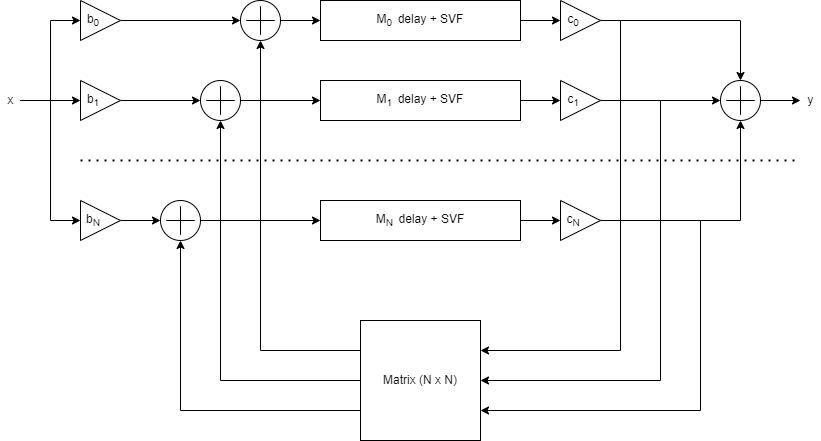
Before: images/FDN.png, a diagram exported from draw.io (VoggLyster/Reverberator). Source tidied: cells renumbered, new cells last; positions are measured from the earlier drawing's top-left corner, leaving out a move shared by most shapes. The source it was exported from:
```xml
<mxGraphModel math="1">
  <root>
    <mxCell id="0" />
    <mxCell id="1" parent="0" />
    <mxCell id="2" style="edgeStyle=orthogonalEdgeStyle;rounded=0;jettySize=auto;html=1;fontFamily=Helvetica;fontSize=12;fontColor=default;" parent="1" edge="1" source="3" target="11">
      <mxGeometry relative="1" as="geometry" />
    </mxCell>
    <mxCell id="3" value="b&lt;sub&gt;1&amp;nbsp; &amp;nbsp; &amp;nbsp;&lt;/sub&gt;" style="triangle;whiteSpace=wrap;html=1;" parent="1" vertex="1">
      <mxGeometry x="80" y="80" width="40" height="40" as="geometry" />
    </mxCell>
    <mxCell id="4" style="edgeStyle=orthogonalEdgeStyle;rounded=0;jettySize=auto;html=1;exitX=1;exitY=0.5;exitDx=0;exitDy=0;entryX=0;entryY=0.5;entryDx=0;entryDy=0;entryPerimeter=0;fontFamily=Helvetica;fontSize=12;fontColor=default;" parent="1" edge="1" source="5" target="9">
      <mxGeometry relative="1" as="geometry" />
    </mxCell>
    <mxCell id="5" value="b&lt;sub&gt;0&amp;nbsp; &amp;nbsp; &amp;nbsp;&lt;/sub&gt;" style="triangle;whiteSpace=wrap;html=1;" parent="1" vertex="1">
      <mxGeometry x="80" width="40" height="40" as="geometry" />
    </mxCell>
    <mxCell id="6" style="edgeStyle=orthogonalEdgeStyle;rounded=0;jettySize=auto;html=1;fontFamily=Helvetica;fontSize=12;fontColor=default;" parent="1" edge="1" source="7" target="13">
      <mxGeometry relative="1" as="geometry" />
    </mxCell>
    <mxCell id="7" value="b&lt;sub&gt;N&amp;nbsp; &amp;nbsp; &amp;nbsp;&lt;/sub&gt;" style="triangle;whiteSpace=wrap;html=1;" parent="1" vertex="1">
      <mxGeometry x="80" y="200" width="40" height="40" as="geometry" />
    </mxCell>
    <mxCell id="8" style="edgeStyle=orthogonalEdgeStyle;rounded=0;jettySize=auto;html=1;fontFamily=Helvetica;fontSize=12;fontColor=default;" parent="1" edge="1" source="9" target="15">
      <mxGeometry relative="1" as="geometry" />
    </mxCell>
    <mxCell id="9" style="verticalLabelPosition=bottom;verticalAlign=top;html=1;shape=(stored shape, 428 characters);" parent="1" vertex="1">
      <mxGeometry x="240" width="40" height="40" as="geometry" />
    </mxCell>
    <mxCell id="10" style="edgeStyle=orthogonalEdgeStyle;rounded=0;jettySize=auto;html=1;fontFamily=Helvetica;fontSize=12;fontColor=default;" parent="1" edge="1" source="11" target="17">
      <mxGeometry relative="1" as="geometry" />
    </mxCell>
    <mxCell id="11" style="verticalLabelPosition=bottom;verticalAlign=top;html=1;shape=(stored shape, 428 characters);" parent="1" vertex="1">
      <mxGeometry x="200" y="80" width="40" height="40" as="geometry" />
    </mxCell>
    <mxCell id="12" style="edgeStyle=orthogonalEdgeStyle;rounded=0;jettySize=auto;html=1;exitX=1;exitY=0.5;exitDx=0;exitDy=0;exitPerimeter=0;entryX=0;entryY=0.5;entryDx=0;entryDy=0;fontFamily=Helvetica;fontSize=12;fontColor=default;" parent="1" edge="1" source="13" target="19">
      <mxGeometry relative="1" as="geometry" />
    </mxCell>
    <mxCell id="13" style="verticalLabelPosition=bottom;verticalAlign=top;html=1;shape=(stored shape, 428 characters);" parent="1" vertex="1">
      <mxGeometry x="160" y="200" width="40" height="40" as="geometry" />
    </mxCell>
    <mxCell id="14" style="edgeStyle=orthogonalEdgeStyle;rounded=0;jettySize=auto;html=1;exitX=1;exitY=0.5;exitDx=0;exitDy=0;entryX=0;entryY=0.5;entryDx=0;entryDy=0;fontFamily=Helvetica;fontSize=12;fontColor=default;" parent="1" edge="1" source="15" target="32">
      <mxGeometry relative="1" as="geometry" />
    </mxCell>
    <mxCell id="15" value="M&lt;sub&gt;0&amp;nbsp;&amp;nbsp;&lt;/sub&gt;delay + SVF" style="rounded=0;whiteSpace=wrap;html=1;fontFamily=Helvetica;fontSize=12;fontColor=default;strokeColor=default;fillColor=default;" parent="1" vertex="1">
      <mxGeometry x="320" width="200" height="40" as="geometry" />
    </mxCell>
    <mxCell id="16" style="edgeStyle=orthogonalEdgeStyle;rounded=0;jettySize=auto;html=1;exitX=1;exitY=0.5;exitDx=0;exitDy=0;entryX=0;entryY=0.5;entryDx=0;entryDy=0;fontFamily=Helvetica;fontSize=12;fontColor=default;" parent="1" edge="1" source="17" target="29">
      <mxGeometry relative="1" as="geometry" />
    </mxCell>
    <mxCell id="17" value="M&lt;sub&gt;1&amp;nbsp;&amp;nbsp;&lt;/sub&gt;delay + SVF" style="rounded=0;whiteSpace=wrap;html=1;fontFamily=Helvetica;fontSize=12;fontColor=default;strokeColor=default;fillColor=default;" parent="1" vertex="1">
      <mxGeometry x="320" y="80" width="200" height="40" as="geometry" />
    </mxCell>
    <mxCell id="18" style="edgeStyle=orthogonalEdgeStyle;rounded=0;jettySize=auto;html=1;exitX=1;exitY=0.5;exitDx=0;exitDy=0;entryX=0;entryY=0.5;entryDx=0;entryDy=0;fontFamily=Helvetica;fontSize=12;fontColor=default;" parent="1" edge="1" source="19" target="35">
      <mxGeometry relative="1" as="geometry" />
    </mxCell>
    <mxCell id="19" value="M&lt;sub&gt;N&amp;nbsp;&amp;nbsp;&lt;/sub&gt;delay + SVF" style="rounded=0;whiteSpace=wrap;html=1;fontFamily=Helvetica;fontSize=12;fontColor=default;strokeColor=default;fillColor=default;" parent="1" vertex="1">
      <mxGeometry x="320" y="200" width="200" height="40" as="geometry" />
    </mxCell>
    <mxCell id="20" style="endArrow=none;dashed=1;html=1;dashPattern=1 3;strokeWidth=2;rounded=0;fontFamily=Helvetica;fontSize=12;fontColor=default;" parent="1" edge="1">
      <mxGeometry relative="1" as="geometry">
        <mxPoint x="80" y="160" as="sourcePoint" />
        <mxPoint x="800" y="160" as="targetPoint" />
      </mxGeometry>
    </mxCell>
    <mxCell id="21" style="edgeStyle=orthogonalEdgeStyle;rounded=0;jettySize=auto;html=1;exitX=0;exitY=0.25;exitDx=0;exitDy=0;entryX=0.5;entryY=1;entryDx=0;entryDy=0;entryPerimeter=0;fontFamily=Helvetica;fontSize=12;fontColor=default;" parent="1" edge="1" source="24" target="9">
      <mxGeometry relative="1" as="geometry" />
    </mxCell>
    <mxCell id="22" style="edgeStyle=orthogonalEdgeStyle;rounded=0;jettySize=auto;html=1;exitX=0;exitY=0.5;exitDx=0;exitDy=0;entryX=0.5;entryY=1;entryDx=0;entryDy=0;entryPerimeter=0;fontFamily=Helvetica;fontSize=12;fontColor=default;" parent="1" edge="1" source="24" target="11">
      <mxGeometry relative="1" as="geometry" />
    </mxCell>
    <mxCell id="23" style="edgeStyle=orthogonalEdgeStyle;rounded=0;jettySize=auto;html=1;exitX=0;exitY=0.75;exitDx=0;exitDy=0;entryX=0.5;entryY=1;entryDx=0;entryDy=0;entryPerimeter=0;fontFamily=Helvetica;fontSize=12;fontColor=default;" parent="1" edge="1" source="24" target="13">
      <mxGeometry relative="1" as="geometry" />
    </mxCell>
    <mxCell id="24" value="Matrix (N x N)" style="whiteSpace=wrap;html=1;fontFamily=Helvetica;fontSize=12;fontColor=default;strokeColor=default;fillColor=default;" parent="1" vertex="1">
      <mxGeometry x="360" y="320" width="120" height="120" as="geometry" />
    </mxCell>
    <mxCell id="25" style="edgeStyle=orthogonalEdgeStyle;rounded=0;jettySize=auto;html=1;exitX=1;exitY=0.5;exitDx=0;exitDy=0;exitPerimeter=0;fontFamily=Helvetica;fontSize=12;fontColor=default;" parent="1" edge="1" source="26">
      <mxGeometry relative="1" as="geometry">
        <mxPoint x="800" y="100" as="targetPoint" />
      </mxGeometry>
    </mxCell>
    <mxCell id="26" style="verticalLabelPosition=bottom;verticalAlign=top;html=1;shape=(stored shape, 428 characters);" parent="1" vertex="1">
      <mxGeometry x="720" y="80" width="40" height="40" as="geometry" />
    </mxCell>
    <mxCell id="27" style="edgeStyle=orthogonalEdgeStyle;rounded=0;jettySize=auto;html=1;fontFamily=Helvetica;fontSize=12;fontColor=default;" parent="1" edge="1" source="29" target="26">
      <mxGeometry relative="1" as="geometry" />
    </mxCell>
    <mxCell id="28" style="edgeStyle=orthogonalEdgeStyle;rounded=0;jettySize=auto;html=1;entryX=1;entryY=0.5;entryDx=0;entryDy=0;" parent="1" edge="1" source="29" target="24">
      <mxGeometry relative="1" as="geometry">
        <Array as="points">
          <mxPoint x="660" y="100" />
          <mxPoint x="660" y="380" />
        </Array>
      </mxGeometry>
    </mxCell>
    <mxCell id="29" value="c&lt;sub&gt;1&amp;nbsp; &amp;nbsp; &amp;nbsp;&lt;/sub&gt;" style="triangle;whiteSpace=wrap;html=1;" parent="1" vertex="1">
      <mxGeometry x="560" y="80" width="40" height="40" as="geometry" />
    </mxCell>
    <mxCell id="30" style="edgeStyle=orthogonalEdgeStyle;rounded=0;jettySize=auto;html=1;exitX=1;exitY=0.5;exitDx=0;exitDy=0;entryX=0.5;entryY=0;entryDx=0;entryDy=0;entryPerimeter=0;fontFamily=Helvetica;fontSize=12;fontColor=default;" parent="1" edge="1" source="32" target="26">
      <mxGeometry relative="1" as="geometry" />
    </mxCell>
    <mxCell id="31" style="edgeStyle=orthogonalEdgeStyle;rounded=0;jettySize=auto;html=1;entryX=1;entryY=0.25;entryDx=0;entryDy=0;" parent="1" edge="1" source="32" target="24">
      <mxGeometry relative="1" as="geometry">
        <Array as="points">
          <mxPoint x="620" y="20" />
          <mxPoint x="620" y="350" />
        </Array>
      </mxGeometry>
    </mxCell>
    <mxCell id="32" value="c&lt;sub&gt;0&amp;nbsp; &amp;nbsp; &amp;nbsp;&lt;/sub&gt;" style="triangle;whiteSpace=wrap;html=1;" parent="1" vertex="1">
      <mxGeometry x="560" width="40" height="40" as="geometry" />
    </mxCell>
    <mxCell id="33" style="edgeStyle=orthogonalEdgeStyle;rounded=0;jettySize=auto;html=1;exitX=1;exitY=0.5;exitDx=0;exitDy=0;entryX=0.5;entryY=1;entryDx=0;entryDy=0;entryPerimeter=0;fontFamily=Helvetica;fontSize=12;fontColor=default;" parent="1" edge="1" source="35" target="26">
      <mxGeometry relative="1" as="geometry" />
    </mxCell>
    <mxCell id="34" style="edgeStyle=orthogonalEdgeStyle;rounded=0;jettySize=auto;html=1;entryX=1;entryY=0.75;entryDx=0;entryDy=0;" parent="1" edge="1" source="35" target="24">
      <mxGeometry relative="1" as="geometry">
        <Array as="points">
          <mxPoint x="700" y="220" />
          <mxPoint x="700" y="410" />
        </Array>
      </mxGeometry>
    </mxCell>
    <mxCell id="35" value="c&lt;sub&gt;N&amp;nbsp; &amp;nbsp; &amp;nbsp;&lt;/sub&gt;" style="triangle;whiteSpace=wrap;html=1;" parent="1" vertex="1">
      <mxGeometry x="560" y="200" width="40" height="40" as="geometry" />
    </mxCell>
    <mxCell id="36" value="y" style="text;html=1;align=center;verticalAlign=middle;strokeColor=none;fillColor=none;" parent="1" vertex="1">
      <mxGeometry x="800" y="90" width="20" height="20" as="geometry" />
    </mxCell>
    <mxCell id="37" style="edgeStyle=orthogonalEdgeStyle;rounded=0;jettySize=auto;html=1;" parent="1" edge="1" source="40" target="3">
      <mxGeometry relative="1" as="geometry" />
    </mxCell>
    <mxCell id="38" style="edgeStyle=orthogonalEdgeStyle;rounded=0;jettySize=auto;html=1;entryX=0;entryY=0.5;entryDx=0;entryDy=0;" parent="1" edge="1" source="40" target="5">
      <mxGeometry relative="1" as="geometry" />
    </mxCell>
    <mxCell id="39" style="edgeStyle=orthogonalEdgeStyle;rounded=0;jettySize=auto;html=1;entryX=0;entryY=0.5;entryDx=0;entryDy=0;" parent="1" edge="1" source="40" target="7">
      <mxGeometry relative="1" as="geometry" />
    </mxCell>
    <mxCell id="40" value="x" style="text;html=1;align=center;verticalAlign=middle;points=[];strokeColor=none;fillColor=none;" parent="1" vertex="1">
      <mxGeometry y="90" width="20" height="20" as="geometry" />
    </mxCell>
  </root>
</mxGraphModel>
```
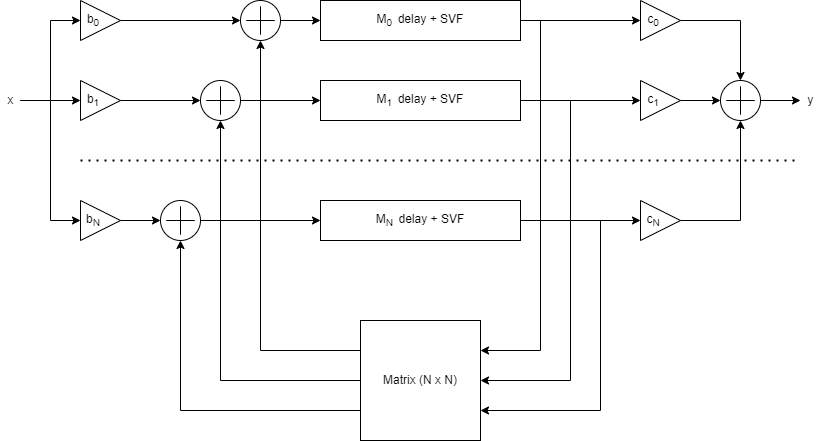
Later version of the same file.

The edit, as a diff of the source:
```diff
@@ -85,44 +85,20 @@
     <mxCell id="27" style="edgeStyle=orthogonalEdgeStyle;rounded=0;jettySize=auto;html=1;fontFamily=Helvetica;fontSize=12;fontColor=default;" parent="1" edge="1" source="29" target="26">
       <mxGeometry relative="1" as="geometry" />
     </mxCell>
-    <mxCell id="28" style="edgeStyle=orthogonalEdgeStyle;rounded=0;jettySize=auto;html=1;entryX=1;entryY=0.5;entryDx=0;entryDy=0;" parent="1" edge="1" source="29" target="24">
-      <mxGeometry relative="1" as="geometry">
-        <Array as="points">
-          <mxPoint x="660" y="100" />
-          <mxPoint x="660" y="380" />
-        </Array>
-      </mxGeometry>
-    </mxCell>
     <mxCell id="29" value="c&lt;sub&gt;1&amp;nbsp; &amp;nbsp; &amp;nbsp;&lt;/sub&gt;" style="triangle;whiteSpace=wrap;html=1;" parent="1" vertex="1">
-      <mxGeometry x="560" y="80" width="40" height="40" as="geometry" />
+      <mxGeometry x="640" y="80" width="40" height="40" as="geometry" />
     </mxCell>
     <mxCell id="30" style="edgeStyle=orthogonalEdgeStyle;rounded=0;jettySize=auto;html=1;exitX=1;exitY=0.5;exitDx=0;exitDy=0;entryX=0.5;entryY=0;entryDx=0;entryDy=0;entryPerimeter=0;fontFamily=Helvetica;fontSize=12;fontColor=default;" parent="1" edge="1" source="32" target="26">
       <mxGeometry relative="1" as="geometry" />
     </mxCell>
-    <mxCell id="31" style="edgeStyle=orthogonalEdgeStyle;rounded=0;jettySize=auto;html=1;entryX=1;entryY=0.25;entryDx=0;entryDy=0;" parent="1" edge="1" source="32" target="24">
-      <mxGeometry relative="1" as="geometry">
-        <Array as="points">
-          <mxPoint x="620" y="20" />
-          <mxPoint x="620" y="350" />
-        </Array>
-      </mxGeometry>
-    </mxCell>
     <mxCell id="32" value="c&lt;sub&gt;0&amp;nbsp; &amp;nbsp; &amp;nbsp;&lt;/sub&gt;" style="triangle;whiteSpace=wrap;html=1;" parent="1" vertex="1">
-      <mxGeometry x="560" width="40" height="40" as="geometry" />
+      <mxGeometry x="640" width="40" height="40" as="geometry" />
     </mxCell>
     <mxCell id="33" style="edgeStyle=orthogonalEdgeStyle;rounded=0;jettySize=auto;html=1;exitX=1;exitY=0.5;exitDx=0;exitDy=0;entryX=0.5;entryY=1;entryDx=0;entryDy=0;entryPerimeter=0;fontFamily=Helvetica;fontSize=12;fontColor=default;" parent="1" edge="1" source="35" target="26">
       <mxGeometry relative="1" as="geometry" />
     </mxCell>
-    <mxCell id="34" style="edgeStyle=orthogonalEdgeStyle;rounded=0;jettySize=auto;html=1;entryX=1;entryY=0.75;entryDx=0;entryDy=0;" parent="1" edge="1" source="35" target="24">
-      <mxGeometry relative="1" as="geometry">
-        <Array as="points">
-          <mxPoint x="700" y="220" />
-          <mxPoint x="700" y="410" />
-        </Array>
-      </mxGeometry>
-    </mxCell>
     <mxCell id="35" value="c&lt;sub&gt;N&amp;nbsp; &amp;nbsp; &amp;nbsp;&lt;/sub&gt;" style="triangle;whiteSpace=wrap;html=1;" parent="1" vertex="1">
-      <mxGeometry x="560" y="200" width="40" height="40" as="geometry" />
+      <mxGeometry x="640" y="200" width="40" height="40" as="geometry" />
     </mxCell>
     <mxCell id="36" value="y" style="text;html=1;align=center;verticalAlign=middle;strokeColor=none;fillColor=none;" parent="1" vertex="1">
       <mxGeometry x="800" y="90" width="20" height="20" as="geometry" />
@@ -139,5 +115,30 @@
     <mxCell id="40" value="x" style="text;html=1;align=center;verticalAlign=middle;points=[];strokeColor=none;fillColor=none;" parent="1" vertex="1">
       <mxGeometry y="90" width="20" height="20" as="geometry" />
     </mxCell>
+    <mxCell id="41" style="endArrow=classic;html=1;rounded=0;entryX=1;entryY=0.25;entryDx=0;entryDy=0;" parent="1" edge="1" target="24">
+      <mxGeometry relative="1" as="geometry">
+        <mxPoint x="520" y="20" as="sourcePoint" />
+        <Array as="points">
+          <mxPoint x="540" y="20" />
+          <mxPoint x="540" y="350" />
+        </Array>
+      </mxGeometry>
+    </mxCell>
+    <mxCell id="42" style="endArrow=classic;html=1;rounded=0;entryX=1;entryY=0.5;entryDx=0;entryDy=0;" parent="1" edge="1" target="24">
+      <mxGeometry relative="1" as="geometry">
+        <mxPoint x="570" y="100" as="sourcePoint" />
+        <Array as="points">
+          <mxPoint x="570" y="380" />
+        </Array>
+      </mxGeometry>
+    </mxCell>
+    <mxCell id="43" style="endArrow=classic;html=1;rounded=0;entryX=1;entryY=0.75;entryDx=0;entryDy=0;" parent="1" edge="1" target="24">
+      <mxGeometry relative="1" as="geometry">
+        <mxPoint x="600" y="220" as="sourcePoint" />
+        <Array as="points">
+          <mxPoint x="600" y="410" />
+        </Array>
+      </mxGeometry>
+    </mxCell>
   </root>
 </mxGraphModel>
```
